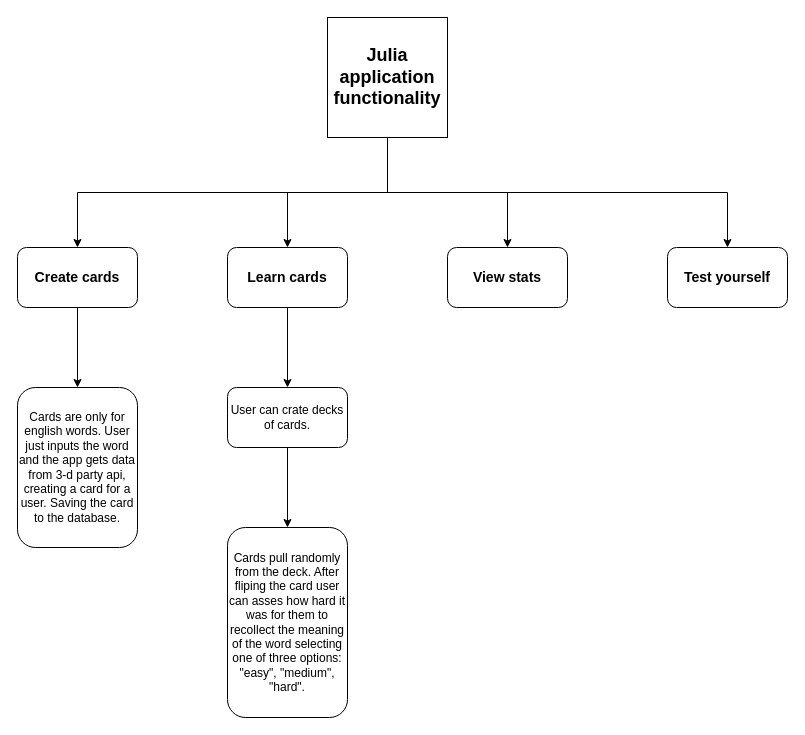
The draw.io diagram design/julia_functionality.drawio in noginpavlo/julia, before the edit. Source tidied: cells renumbered, new cells numbered last; positions are measured from the earlier drawing's top-left corner, leaving out a move shared by most shapes. Both pictures are drawn from the tidied source at 100%, with x=0, y=0 at pixel (17, 17).
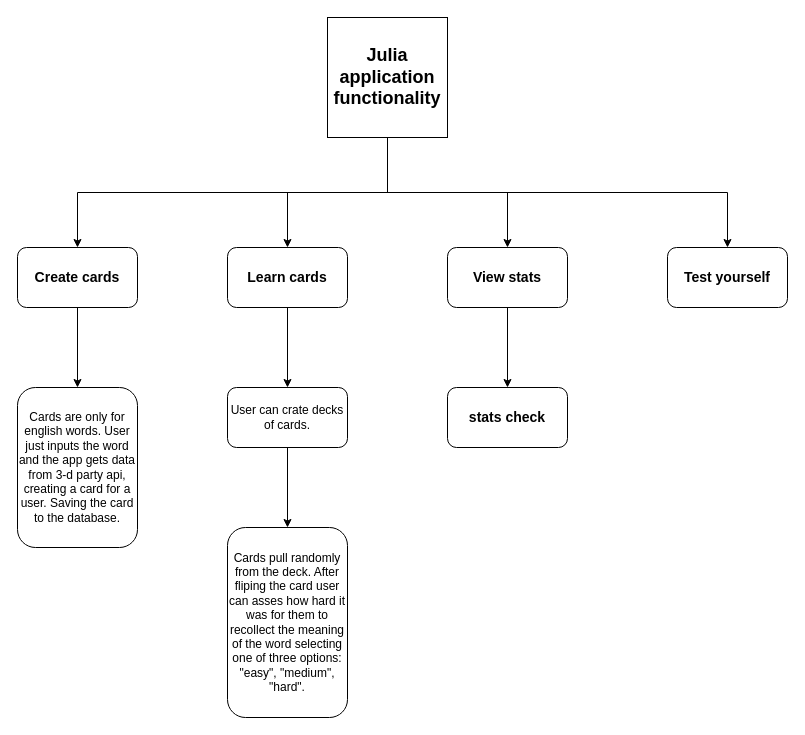
The same page after the edit.

Commit message:
Updated julia functionality drawio file

The edit, as a diff of the source:
```diff
@@
 <mxGraphModel>
   <root>
     <mxCell id="0" />
     <mxCell id="1" parent="0" />
     <mxCell id="2" style="edgeStyle=orthogonalEdgeStyle;rounded=0;jettySize=auto;html=1;" parent="1" edge="1" source="3" target="7">
       <mxGeometry relative="1" as="geometry" />
     </mxCell>
     <mxCell id="3" value="&lt;font style=&quot;font-size: 18px;&quot;&gt;&lt;b&gt;Julia application functionality&lt;/b&gt;&lt;/font&gt;" style="whiteSpace=wrap;html=1;" parent="1" vertex="1">
       <mxGeometry x="310" width="120" height="120" as="geometry" />
     </mxCell>
     <mxCell id="4" style="edgeStyle=orthogonalEdgeStyle;rounded=0;jettySize=auto;html=1;" parent="1" edge="1" source="5" target="13">
       <mxGeometry relative="1" as="geometry" />
     </mxCell>
     <mxCell id="5" value="&lt;font style=&quot;font-size: 14px;&quot;&gt;&lt;b&gt;Create cards&lt;/b&gt;&lt;/font&gt;" style="rounded=1;whiteSpace=wrap;html=1;" parent="1" vertex="1">
       <mxGeometry y="230" width="120" height="60" as="geometry" />
     </mxCell>
     <mxCell id="6" style="edgeStyle=orthogonalEdgeStyle;rounded=0;jettySize=auto;html=1;" parent="1" edge="1" source="7" target="15">
       <mxGeometry relative="1" as="geometry" />
     </mxCell>
     <mxCell id="7" value="&lt;font style=&quot;font-size: 14px;&quot;&gt;&lt;b&gt;Learn cards&lt;/b&gt;&lt;/font&gt;" style="rounded=1;whiteSpace=wrap;html=1;" parent="1" vertex="1">
       <mxGeometry x="210" y="230" width="120" height="60" as="geometry" />
     </mxCell>
+    <mxCell id="17" style="edgeStyle=orthogonalEdgeStyle;rounded=0;jettySize=auto;html=1;" parent="1" edge="1" source="8" target="18">
+      <mxGeometry relative="1" as="geometry" />
+    </mxCell>
     <mxCell id="8" value="&lt;font style=&quot;font-size: 14px;&quot;&gt;&lt;b&gt;View stats&lt;/b&gt;&lt;/font&gt;" style="rounded=1;whiteSpace=wrap;html=1;" parent="1" vertex="1">
       <mxGeometry x="430" y="230" width="120" height="60" as="geometry" />
     </mxCell>
     <mxCell id="9" value="&lt;font style=&quot;font-size: 14px;&quot;&gt;&lt;b&gt;Test yourself&lt;/b&gt;&lt;/font&gt;" style="rounded=1;whiteSpace=wrap;html=1;" parent="1" vertex="1">
       <mxGeometry x="650" y="230" width="120" height="60" as="geometry" />
     </mxCell>
     <mxCell id="10" style="edgeStyle=orthogonalEdgeStyle;rounded=0;jettySize=auto;html=1;exitX=0.5;exitY=1;exitDx=0;exitDy=0;" parent="1" edge="1" source="3" target="8">
       <mxGeometry relative="1" as="geometry" />
     </mxCell>
     <mxCell id="11" style="edgeStyle=orthogonalEdgeStyle;rounded=0;jettySize=auto;html=1;entryX=0.5;entryY=0;entryDx=0;entryDy=0;exitX=0.5;exitY=1;exitDx=0;exitDy=0;" parent="1" edge="1" source="3" target="5">
       <mxGeometry relative="1" as="geometry" />
     </mxCell>
     <mxCell id="12" style="edgeStyle=orthogonalEdgeStyle;rounded=0;jettySize=auto;html=1;exitX=0.5;exitY=1;exitDx=0;exitDy=0;entryX=0.5;entryY=0;entryDx=0;entryDy=0;" parent="1" edge="1" source="3" target="9">
       <mxGeometry relative="1" as="geometry" />
     </mxCell>
     <mxCell id="13" value="Cards are only for english words. User just inputs the word and the app gets data from 3-d party api, creating a card for a user. Saving the card to the database." style="rounded=1;whiteSpace=wrap;html=1;" parent="1" vertex="1">
       <mxGeometry y="370" width="120" height="160" as="geometry" />
     </mxCell>
     <mxCell id="14" style="edgeStyle=orthogonalEdgeStyle;rounded=0;jettySize=auto;html=1;" parent="1" edge="1" source="15" target="16">
       <mxGeometry relative="1" as="geometry" />
     </mxCell>
     <mxCell id="15" value="&lt;font style=&quot;font-size: 12px;&quot;&gt;User can crate decks of cards.&lt;/font&gt;" style="rounded=1;whiteSpace=wrap;html=1;" parent="1" vertex="1">
       <mxGeometry x="210" y="370" width="120" height="60" as="geometry" />
     </mxCell>
     <mxCell id="16" value="Cards pull randomly from the deck. After fliping the card user can asses how hard it was for them to recollect the meaning of the word selecting one of three options:&lt;div&gt;&quot;easy&quot;, &quot;medium&quot;, &quot;hard&quot;.&lt;/div&gt;" style="rounded=1;whiteSpace=wrap;html=1;" parent="1" vertex="1">
       <mxGeometry x="210" y="510" width="120" height="190" as="geometry" />
     </mxCell>
+    <mxCell id="18" value="&lt;span style=&quot;font-size: 14px;&quot;&gt;&lt;b&gt;stats check&lt;/b&gt;&lt;/span&gt;" style="rounded=1;whiteSpace=wrap;html=1;" parent="1" vertex="1">
+      <mxGeometry x="430" y="370" width="120" height="60" as="geometry" />
+    </mxCell>
   </root>
 </mxGraphModel>
```
